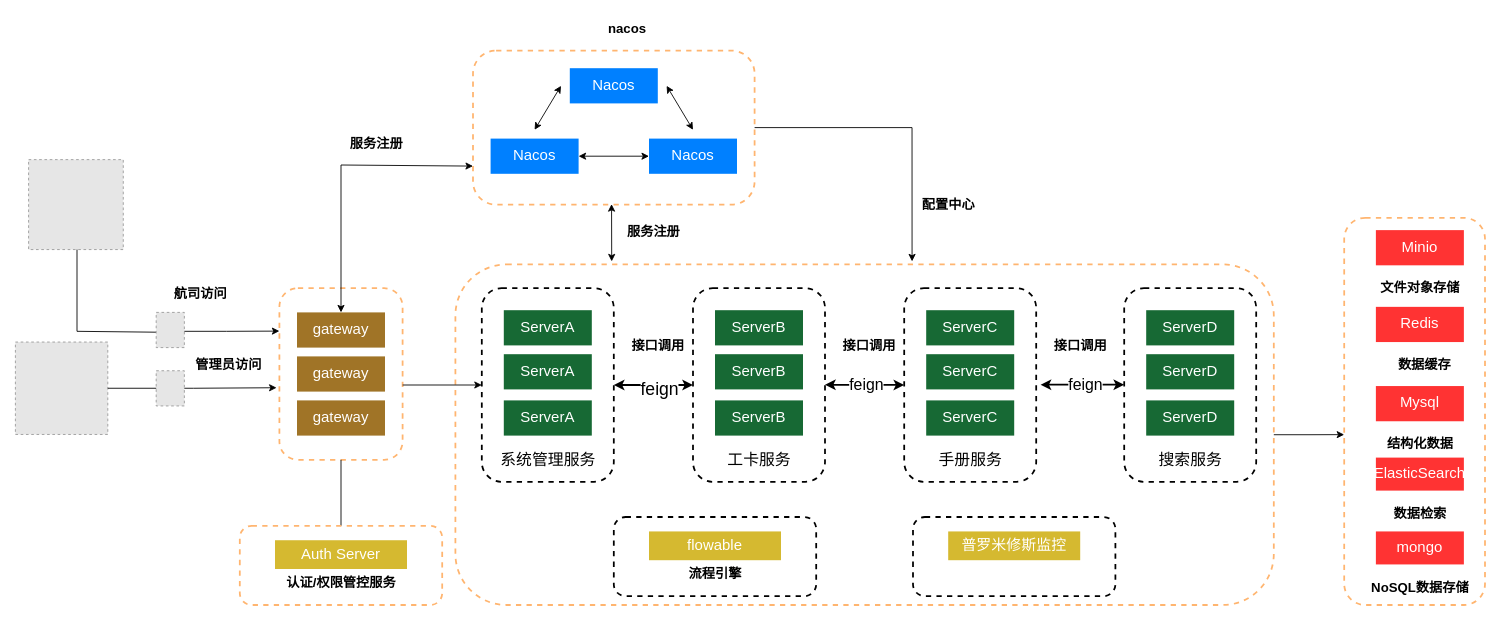
The draw.io diagram 设计相关/IETP微服务架构.drawio in DemonHan/KuickBuy, before the edit. Source tidied: cells renumbered, new cells numbered last; positions are measured from the earlier drawing's top-left corner, leaving out a move shared by most shapes. Both pictures are drawn from the tidied source at 88%, with x=0, y=0 at pixel (15, 15). Pictures stored in the file or linked from it are replaced by grey dashed boxes.
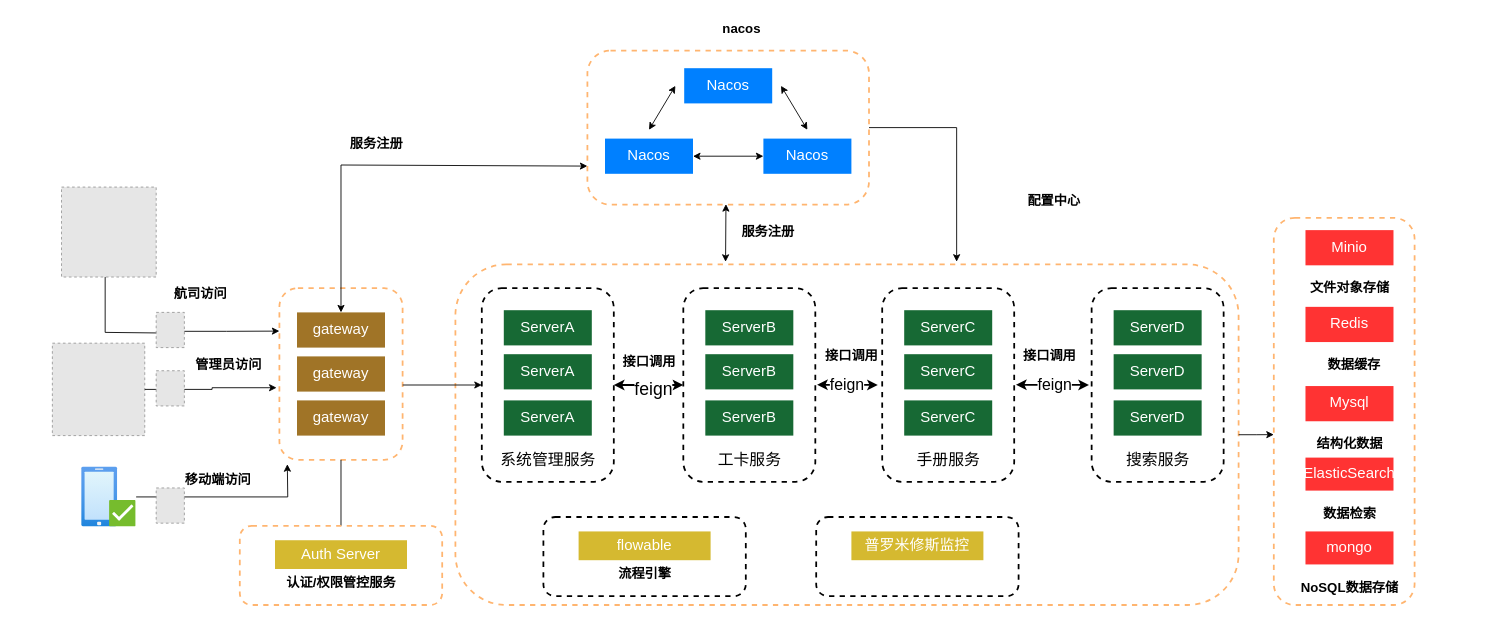
The same page after the edit.

Commit message (it also covers changes not shown here):
更新IETP微服务架构.drawio

Unchanged cells that the change refers to:
```xml
<mxCell id="13" style="rounded=1;whiteSpace=wrap;html=1;dashed=1;strokeColor=#FFB570;strokeWidth=2;" parent="12" vertex="1">
  <mxGeometry width="320" height="175" as="geometry" />
</mxCell>
```

The edit, as a diff of the source:
```diff
@@
     <mxCell id="2" style="rounded=1;whiteSpace=wrap;html=1;dashed=1;strokeColor=#FFB570;strokeWidth=2;" parent="1" vertex="1">
-      <mxGeometry x="500" y="283" width="930" height="387" as="geometry" />
+      <mxGeometry x="500" y="283" width="890" height="387" as="geometry" />
     </mxCell>
     <mxCell id="3" style="rounded=1;whiteSpace=wrap;html=1;dashed=1;strokeColor=#FFB570;strokeWidth=2;" parent="1" vertex="1">
-      <mxGeometry x="1510" y="230" width="160" height="440" as="geometry" />
+      <mxGeometry x="1430" y="230" width="160" height="440" as="geometry" />
     </mxCell>
     <mxCell id="4" style="group;" parent="1" vertex="1">
-      <mxGeometry x="300" y="310" width="140" height="195" as="geometry" />
+      <mxGeometry x="300" y="310" width="140" height="234" as="geometry" />
     </mxCell>
@@
     <mxCell id="11" value="nacos" style="text;html=1;align=center;verticalAlign=middle;strokeColor=none;fillColor=none;strokeWidth=3;fontSize=15;fontStyle=1;" parent="1" vertex="1">
-      <mxGeometry x="660" width="70" height="30" as="geometry" />
+      <mxGeometry x="790" width="70" height="30" as="geometry" />
     </mxCell>
     <mxCell id="12" style="group;" parent="1" vertex="1">
-      <mxGeometry x="520" y="40" width="320" height="175" as="geometry" />
+      <mxGeometry x="650" y="40" width="320" height="175" as="geometry" />
     </mxCell>
@@
     <mxCell id="22" value="&lt;font color=&quot;#ffffff&quot;&gt;Minio&lt;/font&gt;" style="rounded=0;whiteSpace=wrap;html=1;fillColor=#FF3333;fontSize=17;strokeColor=none;" parent="1" vertex="1">
-      <mxGeometry x="1546" y="244" width="100" height="40" as="geometry" />
+      <mxGeometry x="1466" y="244" width="100" height="40" as="geometry" />
     </mxCell>
     <mxCell id="23" value="&lt;font color=&quot;#ffffff&quot;&gt;Redis&lt;/font&gt;" style="rounded=0;whiteSpace=wrap;html=1;fillColor=#FF3333;fontSize=17;strokeColor=none;" parent="1" vertex="1">
-      <mxGeometry x="1546" y="331.2" width="100" height="40" as="geometry" />
+      <mxGeometry x="1466" y="331.2" width="100" height="40" as="geometry" />
     </mxCell>
@@
     <mxCell id="30" style="group;" parent="1" vertex="1">
-      <mxGeometry x="770" y="310" width="150" height="220" as="geometry" />
+      <mxGeometry x="759" y="310" width="150" height="220" as="geometry" />
     </mxCell>
@@
     <mxCell id="38" style="group;strokeColor=none;" parent="1" vertex="1">
-      <mxGeometry x="1010" y="310" width="150" height="220" as="geometry" />
+      <mxGeometry x="985" y="310" width="150" height="220" as="geometry" />
     </mxCell>
@@
     <mxCell id="44" style="group;" parent="1" vertex="1">
-      <mxGeometry x="1260" y="310" width="150" height="220" as="geometry" />
+      <mxGeometry x="1223" y="310" width="150" height="220" as="geometry" />
     </mxCell>
@@
     <mxCell id="50" style="endArrow=classic;startArrow=classic;html=1;rounded=0;strokeWidth=2;" parent="1" edge="1">
       <mxGeometry relative="1" as="geometry">
-        <mxPoint x="920" y="419.7" as="sourcePoint" />
-        <mxPoint x="1010" y="420" as="targetPoint" />
+        <mxPoint x="911" y="419.7" as="sourcePoint" />
+        <mxPoint x="980" y="420" as="targetPoint" />
       </mxGeometry>
     </mxCell>
@@
     <mxCell id="52" style="endArrow=classic;startArrow=classic;html=1;rounded=0;strokeWidth=2;" parent="1" edge="1">
       <mxGeometry relative="1" as="geometry">
-        <mxPoint x="1165" y="419.7" as="sourcePoint" />
-        <mxPoint x="1260" y="419.7" as="targetPoint" />
+        <mxPoint x="1137" y="419.7" as="sourcePoint" />
+        <mxPoint x="1220" y="420" as="targetPoint" />
       </mxGeometry>
     </mxCell>
     <mxCell id="53" value="feign" style="edgeLabel;html=1;align=center;verticalAlign=middle;fontSize=18;" parent="52" vertex="1">
       <mxGeometry x="0.22" y="-2" relative="1" as="geometry">
-        <mxPoint x="-8" y="-2" as="offset" />
+        <mxPoint x="-7" y="-2" as="offset" />
       </mxGeometry>
     </mxCell>
@@
-    <mxCell id="58" style="endArrow=classic;html=1;rounded=0;entryX=0.191;entryY=-0.009;entryDx=0;entryDy=0;entryPerimeter=0;exitX=0.492;exitY=0.997;exitDx=0;exitDy=0;exitPerimeter=0;startArrow=classic;startFill=1;" parent="1" edge="1" source="13" target="2">
-      <mxGeometry relative="1" as="geometry" />
+    <mxCell id="58" style="endArrow=classic;html=1;rounded=0;exitX=0.492;exitY=0.997;exitDx=0;exitDy=0;exitPerimeter=0;startArrow=classic;startFill=1;" parent="1" edge="1" source="13">
+      <mxGeometry relative="1" as="geometry">
+        <mxPoint x="807" y="280" as="targetPoint" />
+      </mxGeometry>
     </mxCell>
     <mxCell id="59" value="服务注册" style="text;html=1;align=center;verticalAlign=middle;strokeColor=none;fillColor=none;strokeWidth=3;fontSize=15;fontStyle=1;" parent="1" vertex="1">
-      <mxGeometry x="685" y="230" width="80" height="30" as="geometry" />
+      <mxGeometry x="815" y="230" width="80" height="30" as="geometry" />
     </mxCell>
     <mxCell id="60" value="接口调用" style="text;html=1;align=center;verticalAlign=middle;strokeColor=none;fillColor=none;strokeWidth=3;fontSize=15;fontStyle=1;" parent="1" vertex="1">
-      <mxGeometry x="690" y="360" width="80" height="30" as="geometry" />
+      <mxGeometry x="680" y="377.5" width="80" height="30" as="geometry" />
     </mxCell>
     <mxCell id="61" value="接口调用" style="text;html=1;align=center;verticalAlign=middle;strokeColor=none;fillColor=none;strokeWidth=3;fontSize=15;fontStyle=1;" parent="1" vertex="1">
-      <mxGeometry x="930" y="360" width="80" height="30" as="geometry" />
+      <mxGeometry x="910" y="371.2" width="80" height="30" as="geometry" />
     </mxCell>
     <mxCell id="62" value="接口调用" style="text;html=1;align=center;verticalAlign=middle;strokeColor=none;fillColor=none;strokeWidth=3;fontSize=15;fontStyle=1;" parent="1" vertex="1">
-      <mxGeometry x="1170" y="360" width="80" height="30" as="geometry" />
+      <mxGeometry x="1135" y="371.2" width="80" height="30" as="geometry" />
     </mxCell>
-    <mxCell id="63" style="rounded=1;whiteSpace=wrap;html=1;dashed=1;strokeColor=#000000;strokeWidth=2;" parent="1" vertex="1">
-      <mxGeometry x="1020" y="570" width="230" height="90" as="geometry" />
-    </mxCell>
-    <mxCell id="64" value="&lt;font color=&quot;#ffffff&quot;&gt;普罗米修斯监控&lt;/font&gt;" style="rounded=0;whiteSpace=wrap;html=1;fillColor=#d5b930;fontSize=17;strokeColor=none;" parent="1" vertex="1">
-      <mxGeometry x="1060" y="586.4" width="150" height="32.7" as="geometry" />
-    </mxCell>
-    <mxCell id="65" style="rounded=1;whiteSpace=wrap;html=1;dashed=1;strokeColor=#000000;strokeWidth=2;" parent="1" vertex="1">
-      <mxGeometry x="680" y="570" width="230" height="90" as="geometry" />
-    </mxCell>
-    <mxCell id="66" value="&lt;font color=&quot;#ffffff&quot;&gt;flowable&lt;/font&gt;" style="rounded=0;whiteSpace=wrap;html=1;fillColor=#d5b930;fontSize=17;strokeColor=none;" parent="1" vertex="1">
-      <mxGeometry x="720" y="586.4" width="150" height="32.7" as="geometry" />
-    </mxCell>
-    <mxCell id="67" value="流程引擎" style="text;html=1;align=center;verticalAlign=middle;strokeColor=none;fillColor=none;strokeWidth=3;fontSize=15;fontStyle=1;" parent="1" vertex="1">
-      <mxGeometry x="755" y="619.1" width="80" height="30" as="geometry" />
-    </mxCell>
     <mxCell id="68" value="文件对象存储" style="text;html=1;align=center;verticalAlign=middle;strokeColor=none;fillColor=none;strokeWidth=3;fontSize=15;fontStyle=1;" parent="1" vertex="1">
-      <mxGeometry x="1541" y="293.8" width="110" height="30" as="geometry" />
+      <mxGeometry x="1461" y="293.8" width="110" height="30" as="geometry" />
     </mxCell>
-    <mxCell id="69" style="edgeStyle=orthogonalEdgeStyle;rounded=0;jettySize=auto;html=1;entryX=0.558;entryY=-0.009;entryDx=0;entryDy=0;entryPerimeter=0;exitX=1;exitY=0.5;exitDx=0;exitDy=0;" parent="1" edge="1" source="13" target="2">
+    <mxCell id="69" style="edgeStyle=orthogonalEdgeStyle;rounded=0;jettySize=auto;html=1;entryX=0.64;entryY=-0.008;entryDx=0;entryDy=0;entryPerimeter=0;exitX=1;exitY=0.5;exitDx=0;exitDy=0;" parent="1" edge="1" source="13" target="2">
       <mxGeometry relative="1" as="geometry" />
     </mxCell>
     <mxCell id="70" value="配置中心" style="text;html=1;align=center;verticalAlign=middle;strokeColor=none;fillColor=none;strokeWidth=3;fontSize=15;fontStyle=1;" parent="1" vertex="1">
-      <mxGeometry x="1020" y="200" width="80" height="30" as="geometry" />
+      <mxGeometry x="1140" y="195.1" width="80" height="30" as="geometry" />
     </mxCell>
     <mxCell id="71" value="数据缓存" style="text;html=1;align=center;verticalAlign=middle;strokeColor=none;fillColor=none;strokeWidth=3;fontSize=15;fontStyle=1;" parent="1" vertex="1">
-      <mxGeometry x="1561" y="381.2" width="80" height="30" as="geometry" />
+      <mxGeometry x="1481" y="381.2" width="80" height="30" as="geometry" />
     </mxCell>
     <mxCell id="72" value="&lt;font color=&quot;#ffffff&quot;&gt;Mysql&lt;/font&gt;" style="rounded=0;whiteSpace=wrap;html=1;fillColor=#FF3333;fontSize=17;strokeColor=none;" parent="1" vertex="1">
-      <mxGeometry x="1546" y="421.2" width="100" height="40" as="geometry" />
+      <mxGeometry x="1466" y="421.2" width="100" height="40" as="geometry" />
     </mxCell>
     <mxCell id="73" value="结构化数据" style="text;html=1;align=center;verticalAlign=middle;strokeColor=none;fillColor=none;strokeWidth=3;fontSize=15;fontStyle=1;" parent="1" vertex="1">
-      <mxGeometry x="1546" y="471.2" width="100" height="30" as="geometry" />
+      <mxGeometry x="1466" y="471.2" width="100" height="30" as="geometry" />
     </mxCell>
     <mxCell id="74" value="&lt;font color=&quot;#ffffff&quot;&gt;ElasticSearch&lt;/font&gt;" style="rounded=0;whiteSpace=wrap;html=1;fillColor=#FF3333;fontSize=17;strokeColor=none;" parent="1" vertex="1">
-      <mxGeometry x="1546" y="502.5" width="100" height="37.5" as="geometry" />
+      <mxGeometry x="1466" y="502.5" width="100" height="37.5" as="geometry" />
     </mxCell>
     <mxCell id="75" value="数据检索" style="text;html=1;align=center;verticalAlign=middle;strokeColor=none;fillColor=none;strokeWidth=3;fontSize=15;fontStyle=1;" parent="1" vertex="1">
-      <mxGeometry x="1556" y="551.2" width="80" height="30" as="geometry" />
+      <mxGeometry x="1476" y="551.2" width="80" height="30" as="geometry" />
     </mxCell>
     <mxCell id="76" value="&lt;font color=&quot;#ffffff&quot;&gt;mongo&lt;/font&gt;" style="rounded=0;whiteSpace=wrap;html=1;fillColor=#FF3333;fontSize=17;strokeColor=none;" parent="1" vertex="1">
-      <mxGeometry x="1546" y="586.4" width="100" height="37.5" as="geometry" />
+      <mxGeometry x="1466" y="586.4" width="100" height="37.5" as="geometry" />
     </mxCell>
     <mxCell id="77" value="NoSQL数据存储" style="text;html=1;align=center;verticalAlign=middle;strokeColor=none;fillColor=none;strokeWidth=3;fontSize=15;fontStyle=1;" parent="1" vertex="1">
-      <mxGeometry x="1531" y="635.1" width="130" height="30" as="geometry" />
+      <mxGeometry x="1451" y="635.1" width="130" height="30" as="geometry" />
     </mxCell>
@@
     <mxCell id="80" style="fillColor=#E6E6E6;strokeColor=#999999;dashed=1;html=1;verticalLabelPosition=bottom;labelBackgroundColor=#ffffff;verticalAlign=top;" parent="1" vertex="1">
-      <mxGeometry x="15" y="163.9" width="107.6" height="102.2" as="geometry" />
+      <mxGeometry x="52.4" y="195.1" width="107.6" height="102.2" as="geometry" />
     </mxCell>
@@
     <mxCell id="82" style="fillColor=#E6E6E6;strokeColor=#999999;dashed=1;html=1;verticalLabelPosition=bottom;labelBackgroundColor=#ffffff;verticalAlign=top;" parent="1" vertex="1">
-      <mxGeometry y="371.2" width="105" height="105" as="geometry" />
+      <mxGeometry x="42" y="372.5" width="105" height="105" as="geometry" />
     </mxCell>
     <mxCell id="83" style="edgeStyle=orthogonalEdgeStyle;rounded=0;jettySize=auto;html=1;endArrow=none;endFill=0;" parent="1" edge="1" source="80">
       <mxGeometry relative="1" as="geometry">
-        <mxPoint x="160" y="360" as="targetPoint" />
+        <mxPoint x="192" y="361.2" as="targetPoint" />
         <Array as="points">
-          <mxPoint x="70" y="359" />
+          <mxPoint x="102" y="360.2" />
         </Array>
       </mxGeometry>
     </mxCell>
@@
+    <mxCell id="88" style="edgeStyle=orthogonalEdgeStyle;rounded=0;jettySize=auto;html=1;" parent="1" edge="1" source="89">
+      <mxGeometry relative="1" as="geometry">
+        <mxPoint x="309" y="510" as="targetPoint" />
+      </mxGeometry>
+    </mxCell>
+    <mxCell id="89" style="image;html=1;points=[];align=center;fontSize=12;image=img/lib/azure2/intune/Device_Compliance.svg;" parent="1" vertex="1">
+      <mxGeometry x="75.2" y="513.2" width="62" height="68" as="geometry" />
+    </mxCell>
+    <mxCell id="90" value="移动端访问" style="text;html=1;align=center;verticalAlign=middle;strokeColor=none;fillColor=none;strokeWidth=3;fontSize=15;fontStyle=1;" parent="1" vertex="1">
+      <mxGeometry x="180" y="512" width="100" height="30" as="geometry" />
+    </mxCell>
+    <mxCell id="91" style="fillColor=#E6E6E6;strokeColor=#999999;dashed=1;html=1;verticalLabelPosition=bottom;labelBackgroundColor=#ffffff;verticalAlign=top;" parent="1" vertex="1">
+      <mxGeometry x="160" y="537" width="32" height="40" as="geometry" />
+    </mxCell>
+    <mxCell id="92" style="group;" parent="1" vertex="1">
+      <mxGeometry x="600" y="570" width="230" height="90" as="geometry" />
+    </mxCell>
+    <mxCell id="65" style="rounded=1;whiteSpace=wrap;html=1;dashed=1;strokeColor=#000000;strokeWidth=2;" parent="92" vertex="1">
+      <mxGeometry width="230" height="90" as="geometry" />
+    </mxCell>
+    <mxCell id="66" value="&lt;font color=&quot;#ffffff&quot;&gt;flowable&lt;/font&gt;" style="rounded=0;whiteSpace=wrap;html=1;fillColor=#d5b930;fontSize=17;strokeColor=none;" parent="92" vertex="1">
+      <mxGeometry x="40" y="16.4" width="150" height="32.7" as="geometry" />
+    </mxCell>
+    <mxCell id="67" value="流程引擎" style="text;html=1;align=center;verticalAlign=middle;strokeColor=none;fillColor=none;strokeWidth=3;fontSize=15;fontStyle=1;" parent="92" vertex="1">
+      <mxGeometry x="75" y="49.1" width="80" height="30" as="geometry" />
+    </mxCell>
+    <mxCell id="93" style="group;" parent="1" vertex="1">
+      <mxGeometry x="910" y="570" width="230" height="90" as="geometry" />
+    </mxCell>
+    <mxCell id="63" style="rounded=1;whiteSpace=wrap;html=1;dashed=1;strokeColor=#000000;strokeWidth=2;" parent="93" vertex="1">
+      <mxGeometry width="230" height="90" as="geometry" />
+    </mxCell>
+    <mxCell id="64" value="&lt;font color=&quot;#ffffff&quot;&gt;普罗米修斯监控&lt;/font&gt;" style="rounded=0;whiteSpace=wrap;html=1;fillColor=#d5b930;fontSize=17;strokeColor=none;" parent="93" vertex="1">
+      <mxGeometry x="40" y="16.4" width="150" height="32.7" as="geometry" />
+    </mxCell>
```
